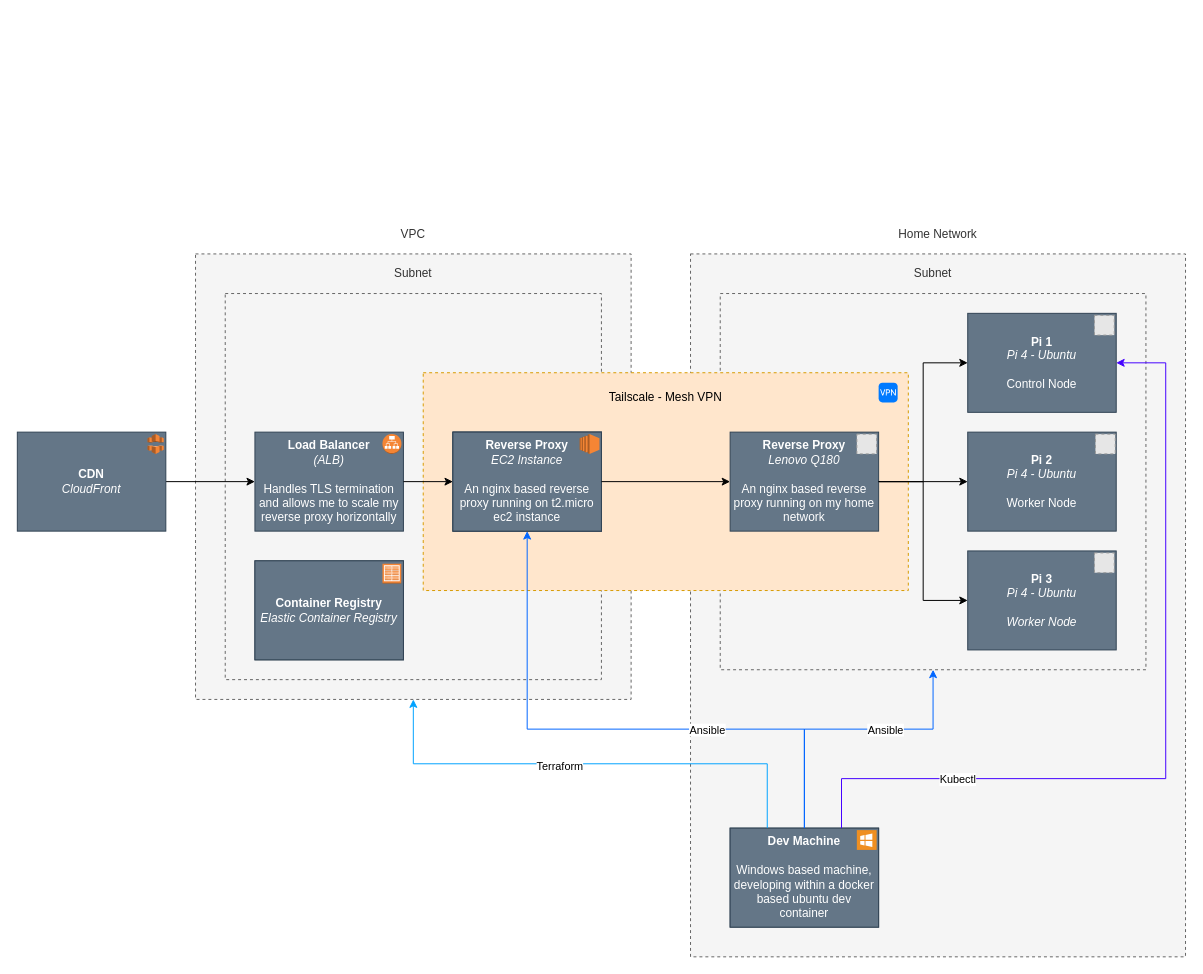
This is jtbrown.drawio from jtbuk/Diagrams, a draw.io file, before an edit. Source tidied: cells renumbered, new cells numbered last; positions are measured from the earlier drawing's top-left corner, leaving out a move shared by most shapes. Both pictures are drawn from the tidied source at 99%, with x=0, y=0 at pixel (17, 253). Pictures stored in the file or linked from it are replaced by grey dashed boxes.
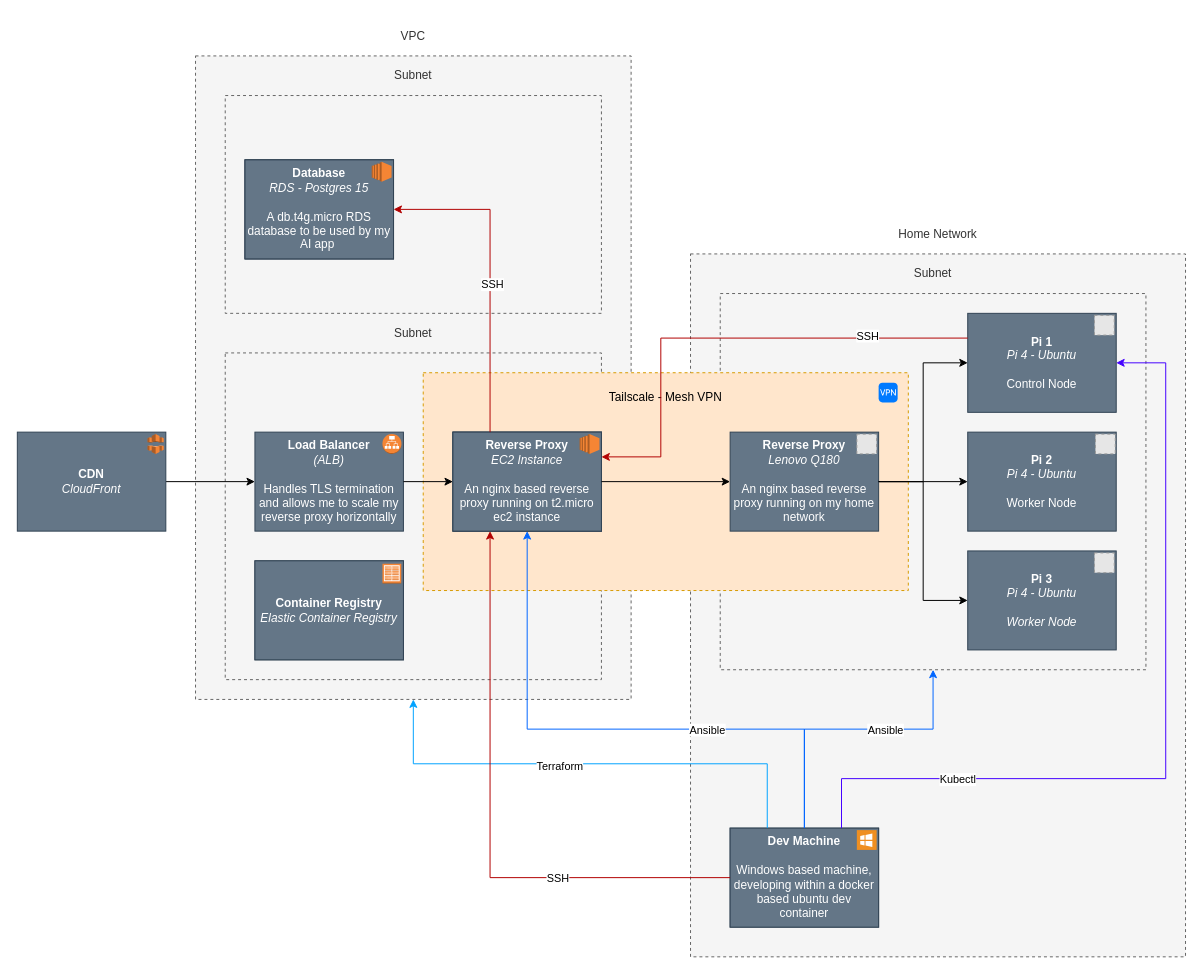
Above is the later version.

Unchanged cells that the change refers to:
```xml
<mxCell id="12" value="&lt;b&gt;Reverse Proxy&lt;/b&gt;&lt;br&gt;&lt;i&gt;EC2 Instance&lt;br&gt;&lt;/i&gt;&lt;br&gt;An nginx based reverse proxy running on t2.micro ec2 instance&lt;br&gt;" style="rounded=0;whiteSpace=wrap;html=1;fillColor=#647687;fontColor=#ffffff;strokeColor=#314354;" parent="11" vertex="1">
  <mxGeometry width="150" height="100" as="geometry" />
</mxCell>
<mxCell id="26" value="&lt;b&gt;Pi 1&lt;/b&gt;&lt;br&gt;&lt;i&gt;Pi 4 - Ubuntu&lt;br&gt;&lt;/i&gt;&lt;br&gt;Control Node" style="rounded=0;whiteSpace=wrap;html=1;fillColor=#647687;fontColor=#ffffff;strokeColor=#314354;" parent="25" vertex="1">
  <mxGeometry width="150" height="100" as="geometry" />
</mxCell>
<mxCell id="39" value="&lt;b&gt;Dev Machine&lt;/b&gt;&lt;br&gt;&lt;br&gt;Windows based machine, developing within a docker based ubuntu dev container" style="rounded=0;whiteSpace=wrap;html=1;fillColor=#647687;fontColor=#ffffff;strokeColor=#314354;" parent="38" vertex="1">
  <mxGeometry width="150" height="100" as="geometry" />
</mxCell>
```

What changed in the source:
```diff
@@
     <mxCell id="4" value="&lt;p style=&quot;line-height: 100%;&quot;&gt;VPC&lt;/p&gt;" style="rounded=0;whiteSpace=wrap;html=1;dashed=1;align=center;verticalAlign=bottom;spacingLeft=0;labelPosition=center;verticalLabelPosition=top;labelBorderColor=none;strokeColor=#666666;fillColor=#f5f5f5;fontColor=#333333;" parent="1" vertex="1">
-      <mxGeometry x="180" width="440" height="450" as="geometry" />
+      <mxGeometry x="180" y="-200" width="440" height="650" as="geometry" />
     </mxCell>
     <mxCell id="5" value="&lt;p style=&quot;line-height: 100%;&quot;&gt;Subnet&lt;/p&gt;" style="rounded=0;whiteSpace=wrap;html=1;dashed=1;align=center;verticalAlign=bottom;spacingLeft=0;labelPosition=center;verticalLabelPosition=top;labelBorderColor=none;strokeColor=#666666;fillColor=#f5f5f5;fontColor=#333333;" parent="1" vertex="1">
-      <mxGeometry x="210" y="40" width="380" height="390" as="geometry" />
+      <mxGeometry x="210" y="100" width="380" height="330" as="geometry" />
     </mxCell>
@@
+    <mxCell id="53" value="&lt;p style=&quot;line-height: 100%;&quot;&gt;Subnet&lt;/p&gt;" style="rounded=0;whiteSpace=wrap;html=1;dashed=1;align=center;verticalAlign=bottom;spacingLeft=0;labelPosition=center;verticalLabelPosition=top;labelBorderColor=none;strokeColor=#666666;fillColor=#f5f5f5;fontColor=#333333;" parent="1" vertex="1">
+      <mxGeometry x="210" y="-160" width="380" height="220" as="geometry" />
+    </mxCell>
+    <mxCell id="54" style="group;fillColor=#647687;fontColor=#ffffff;strokeColor=#314354;" parent="1" vertex="1">
+      <mxGeometry x="230" y="-95" width="150" height="100" as="geometry" />
+    </mxCell>
+    <mxCell id="55" style="group;fillColor=#647687;fontColor=#ffffff;strokeColor=#314354;" parent="54" vertex="1">
+      <mxGeometry width="150" height="100" as="geometry" />
+    </mxCell>
+    <mxCell id="56" value="&lt;b&gt;Database&lt;/b&gt;&lt;br&gt;&lt;i&gt;RDS - Postgres 15&lt;/i&gt;&lt;br&gt;&lt;br&gt;A db.t4g.micro RDS database to be used by my AI app&amp;nbsp;&lt;br&gt;" style="rounded=0;whiteSpace=wrap;html=1;fillColor=#647687;fontColor=#ffffff;strokeColor=#314354;" parent="55" vertex="1">
+      <mxGeometry width="150" height="100" as="geometry" />
+    </mxCell>
+    <mxCell id="57" style="dashed=0;verticalLabelPosition=bottom;verticalAlign=top;align=center;html=1;shape=mxgraph.aws3.ec2;fillColor=#F58534;gradientColor=none;" parent="55" vertex="1">
+      <mxGeometry x="128" y="2" width="20" height="20" as="geometry" />
+    </mxCell>
+    <mxCell id="58" style="edgeStyle=orthogonalEdgeStyle;rounded=0;jettySize=auto;html=1;entryX=0.25;entryY=1;entryDx=0;entryDy=0;flowAnimation=1;fillColor=#e51400;strokeColor=#B20000;" parent="1" edge="1" source="39" target="12">
+      <mxGeometry relative="1" as="geometry" />
+    </mxCell>
+    <mxCell id="59" value="SSH" style="edgeLabel;html=1;align=center;verticalAlign=middle;" parent="58" vertex="1">
+      <mxGeometry x="-0.41" y="-2" relative="1" as="geometry">
+        <mxPoint y="2" as="offset" />
+      </mxGeometry>
+    </mxCell>
+    <mxCell id="60" style="edgeStyle=orthogonalEdgeStyle;rounded=0;jettySize=auto;html=1;exitX=0.25;exitY=0;exitDx=0;exitDy=0;entryX=1;entryY=0.5;entryDx=0;entryDy=0;flowAnimation=1;fillColor=#e51400;strokeColor=#B20000;" parent="1" edge="1" source="12" target="56">
+      <mxGeometry relative="1" as="geometry" />
+    </mxCell>
+    <mxCell id="61" value="SSH" style="edgeLabel;html=1;align=center;verticalAlign=middle;" parent="60" vertex="1">
+      <mxGeometry x="-0.17" y="-1" relative="1" as="geometry">
+        <mxPoint x="1" y="-16" as="offset" />
+      </mxGeometry>
+    </mxCell>
+    <mxCell id="62" style="edgeStyle=orthogonalEdgeStyle;rounded=0;jettySize=auto;html=1;exitX=0;exitY=0.25;exitDx=0;exitDy=0;entryX=1;entryY=0.25;entryDx=0;entryDy=0;fillColor=#e51400;strokeColor=#B20000;flowAnimation=1;" parent="1" edge="1" source="26" target="12">
+      <mxGeometry relative="1" as="geometry">
+        <Array as="points">
+          <mxPoint x="650" y="85" />
+          <mxPoint x="650" y="205" />
+        </Array>
+      </mxGeometry>
+    </mxCell>
+    <mxCell id="63" value="SSH" style="edgeLabel;html=1;align=center;verticalAlign=middle;" parent="62" vertex="1">
+      <mxGeometry x="-0.55" y="3" relative="1" as="geometry">
+        <mxPoint x="8" y="-6" as="offset" />
+      </mxGeometry>
+    </mxCell>
```
